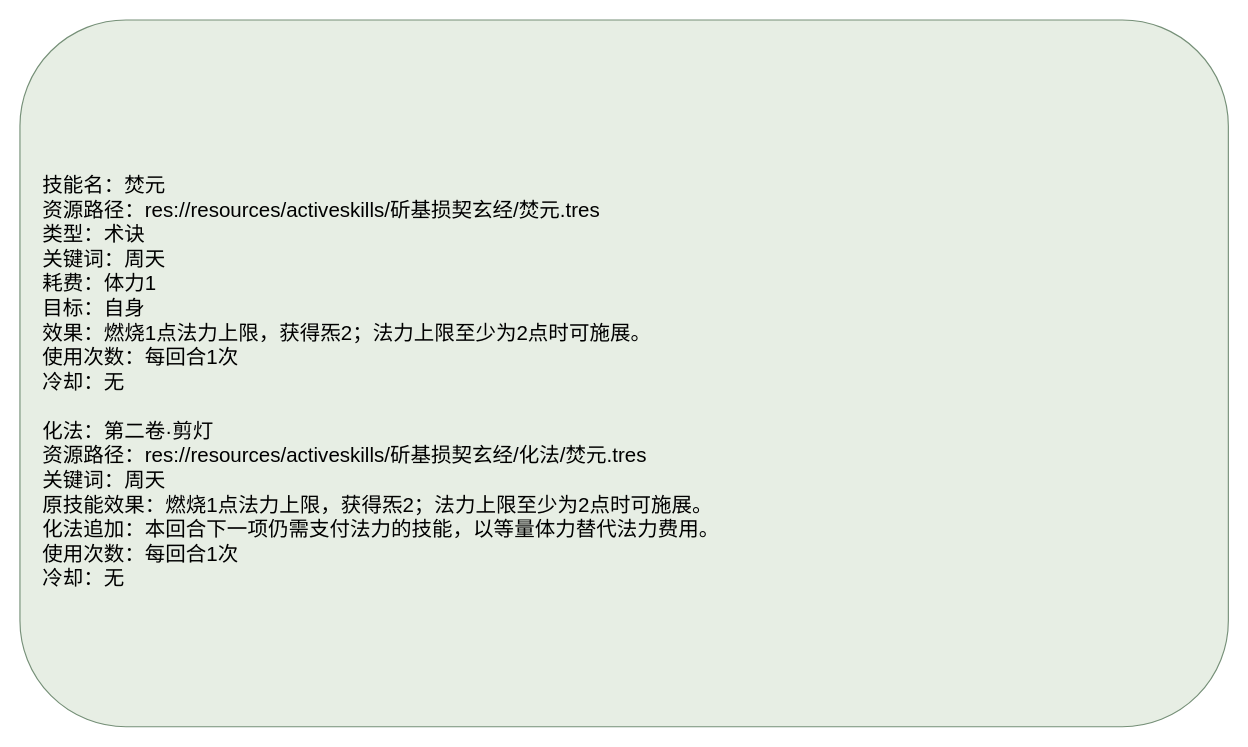
Above: docs/卡牌词典/秘籍技能/斫基损契玄经/焚元.drawio in ankundanetracyc-spec/tian-guan-you-du (draw.io), before the change. Source tidied: cells renumbered, new cells numbered last; positions are measured from the earlier drawing's top-left corner, leaving out a move shared by most shapes. Both pictures are drawn from the tidied source at 114%, with x=0, y=0 at pixel (19, 19).
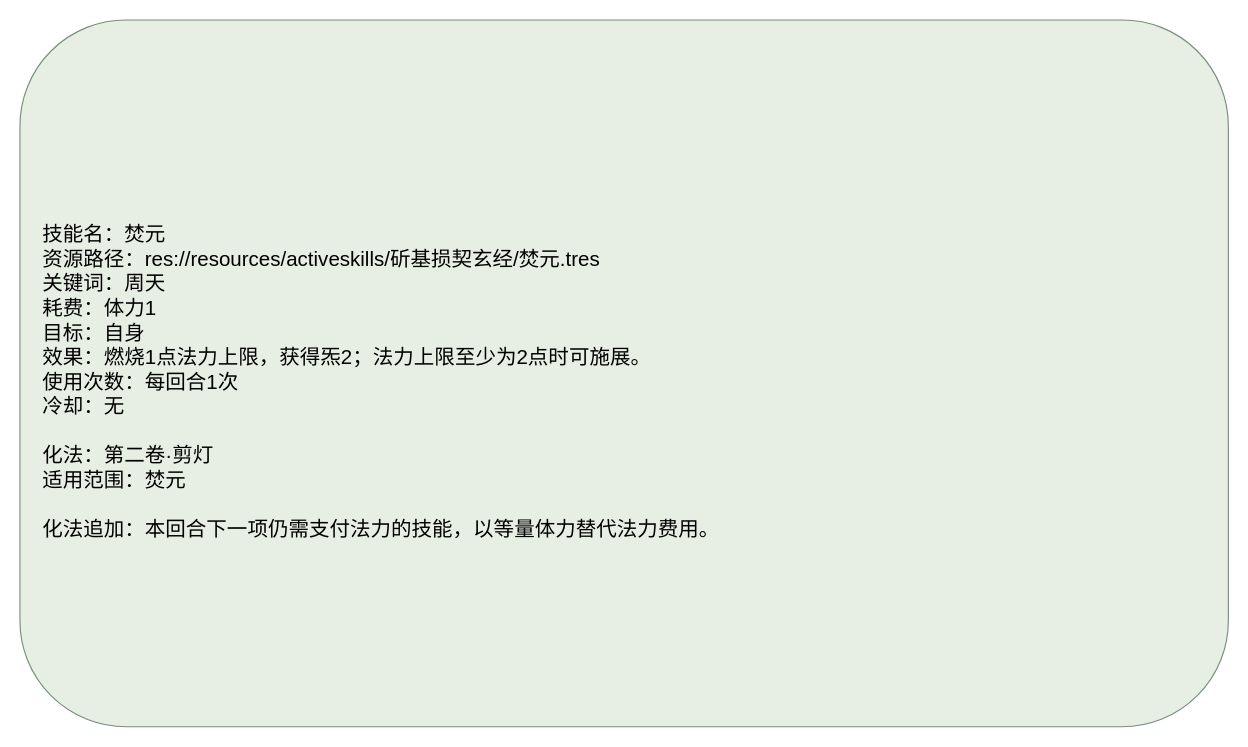
The same page after the edit.

The edit, as a diff of the source:
```diff
@@
 <mxGraphModel>
   <root>
     <mxCell id="0" />
     <mxCell id="1" parent="0" />
-    <mxCell id="2" value="&lt;div style=&quot;text-align:left;&quot;&gt;技能名：焚元&lt;br&gt;资源路径：res://resources/activeskills/斫基损契玄经/焚元.tres&lt;br&gt;类型：术诀&lt;br&gt;关键词：周天&lt;br&gt;耗费：体力1&lt;br&gt;目标：自身&lt;br&gt;效果：燃烧1点法力上限，获得炁2；法力上限至少为2点时可施展。&lt;br&gt;使用次数：每回合1次&lt;br&gt;冷却：无&lt;br&gt;&lt;br&gt;化法：第二卷·剪灯&lt;br&gt;资源路径：res://resources/activeskills/斫基损契玄经/化法/焚元.tres&lt;br&gt;关键词：周天&lt;br&gt;原技能效果：燃烧1点法力上限，获得炁2；法力上限至少为2点时可施展。&lt;br&gt;化法追加：本回合下一项仍需支付法力的技能，以等量体力替代法力费用。&lt;br&gt;使用次数：每回合1次&lt;br&gt;冷却：无&lt;/div&gt;" style="rounded=1;whiteSpace=wrap;html=1;fillColor=#e7eee4;strokeColor=#769078;fontSize=18;align=left;spacingLeft=18;spacingTop=16;" parent="1" vertex="1">
+    <mxCell id="2" value="&lt;div style=&quot;text-align:left;&quot;&gt;技能名：焚元&lt;br&gt;资源路径：res://resources/activeskills/斫基损契玄经/焚元.tres&lt;br&gt;关键词：周天&lt;br&gt;耗费：体力1&lt;br&gt;目标：自身&lt;br&gt;效果：燃烧1点法力上限，获得炁2；法力上限至少为2点时可施展。&lt;br&gt;使用次数：每回合1次&lt;br&gt;冷却：无&lt;br&gt;&lt;br&gt;化法：第二卷·剪灯&lt;br&gt;适用范围：焚元&lt;br&gt;&lt;br&gt;化法追加：本回合下一项仍需支付法力的技能，以等量体力替代法力费用。&lt;/div&gt;" style="rounded=1;whiteSpace=wrap;html=1;fillColor=#e7eee4;strokeColor=#769078;fontSize=18;align=left;spacingLeft=18;spacingTop=16;" parent="1" vertex="1">
       <mxGeometry width="1060" height="620" as="geometry" />
     </mxCell>
   </root>
 </mxGraphModel>
```
